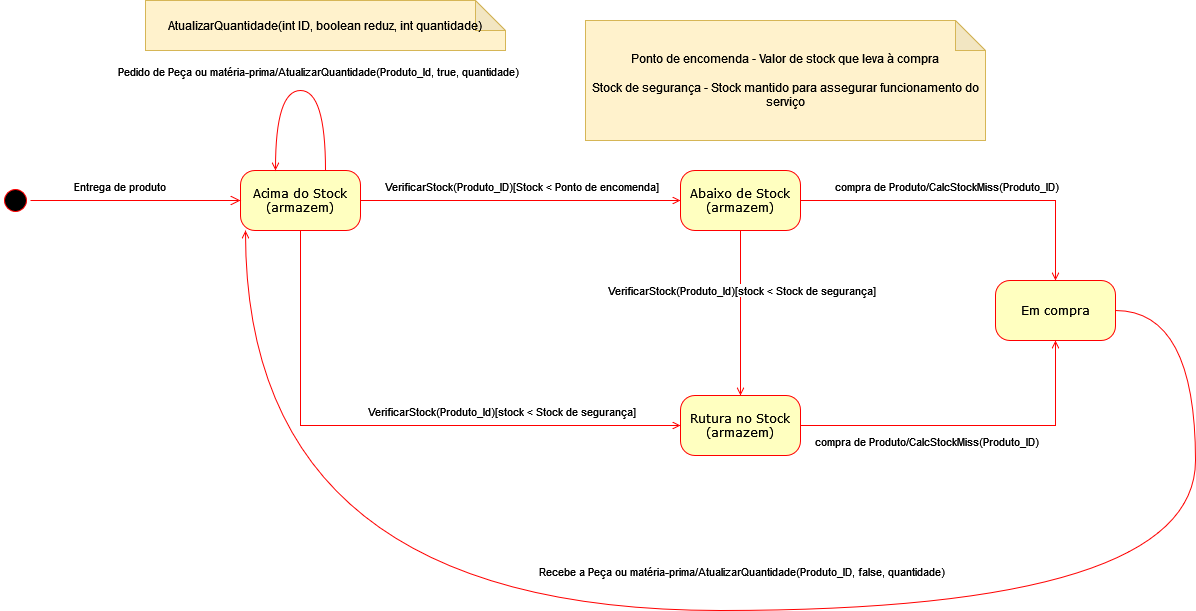
noellopes/CarManufactoring keeps this draw.io diagram as wwwroot/documents/Grupo2/RicardoAndrade/DiagramaEstados_Stock_CompraFornecedor_RicardoAndrade_1705258.png. Above is the earlier version. Source tidied: cells renumbered, new cells last; positions are measured from the earlier drawing's top-left corner, leaving out a move shared by most shapes.
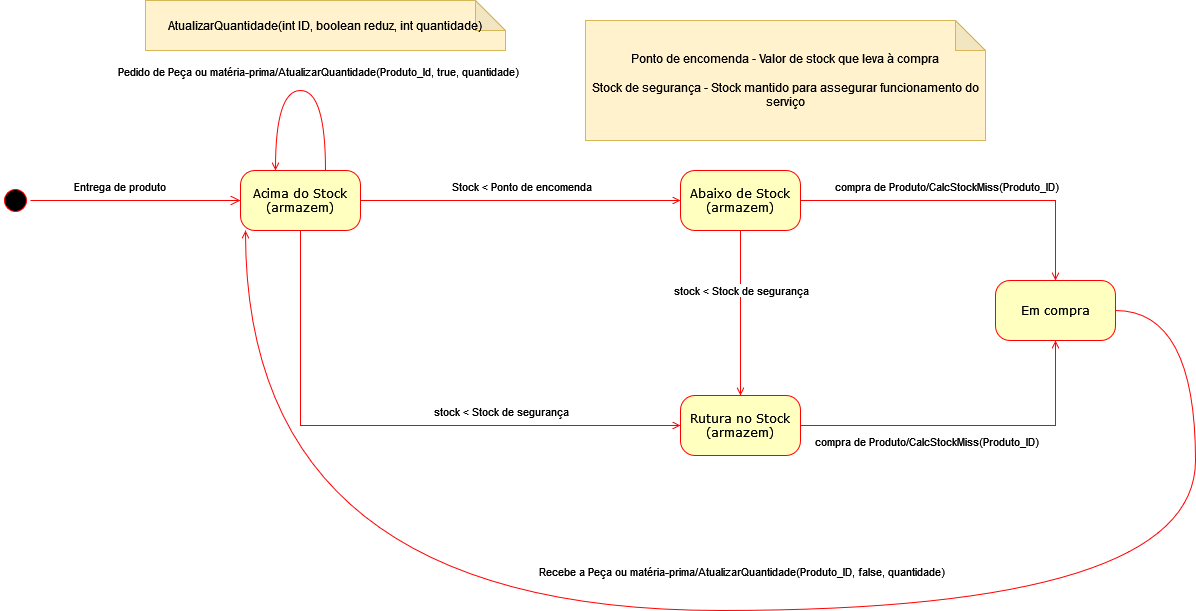
After the commit.

Change to the diagram source:
```diff
@@ -8,7 +8,7 @@
     <mxCell id="3" style="edgeStyle=orthogonalEdgeStyle;rounded=0;jettySize=auto;html=1;strokeColor=#FF0000;endArrow=open;endFill=0;" parent="1" edge="1" source="7" target="12">
       <mxGeometry relative="1" as="geometry" />
     </mxCell>
-    <mxCell id="4" value="VerificarStock(Produto_ID)[Stock &amp;lt; Ponto de encomenda]" style="edgeLabel;html=1;align=center;verticalAlign=middle;" parent="3" vertex="1">
+    <mxCell id="4" value="Stock &amp;lt; Ponto de encomenda" style="edgeLabel;html=1;align=center;verticalAlign=middle;" parent="3" vertex="1">
       <mxGeometry x="-0.1" y="2" relative="1" as="geometry">
         <mxPoint x="15" y="-13" as="offset" />
       </mxGeometry>
@@ -20,7 +20,7 @@
         </Array>
       </mxGeometry>
     </mxCell>
-    <mxCell id="6" value="VerificarStock(Produto_Id)[stock &amp;lt; Stock de segurança]" style="edgeLabel;html=1;align=center;verticalAlign=middle;" parent="5" vertex="1">
+    <mxCell id="6" value="&lt;div&gt;stock &amp;lt; Stock de segurança&lt;/div&gt;" style="edgeLabel;html=1;align=center;verticalAlign=middle;" parent="5" vertex="1">
       <mxGeometry x="-0.28" y="1" relative="1" as="geometry">
         <mxPoint x="189" y="-14" as="offset" />
       </mxGeometry>
@@ -31,7 +31,7 @@
     <mxCell id="8" style="edgeStyle=orthogonalEdgeStyle;rounded=0;jettySize=auto;html=1;strokeColor=#FF0000;endArrow=open;endFill=0;" parent="1" edge="1" source="12" target="18">
       <mxGeometry relative="1" as="geometry" />
     </mxCell>
-    <mxCell id="9" value="&lt;div&gt;VerificarStock(Produto_Id)[stock &amp;lt; Stock de segurança]&lt;/div&gt;" style="edgeLabel;html=1;align=center;verticalAlign=middle;" parent="8" vertex="1">
+    <mxCell id="9" value="&lt;div&gt;stock &amp;lt; Stock de segurança&lt;/div&gt;" style="edgeLabel;html=1;align=center;verticalAlign=middle;" parent="8" vertex="1">
       <mxGeometry x="-0.28" y="-2" relative="1" as="geometry">
         <mxPoint x="2" as="offset" />
       </mxGeometry>
```
